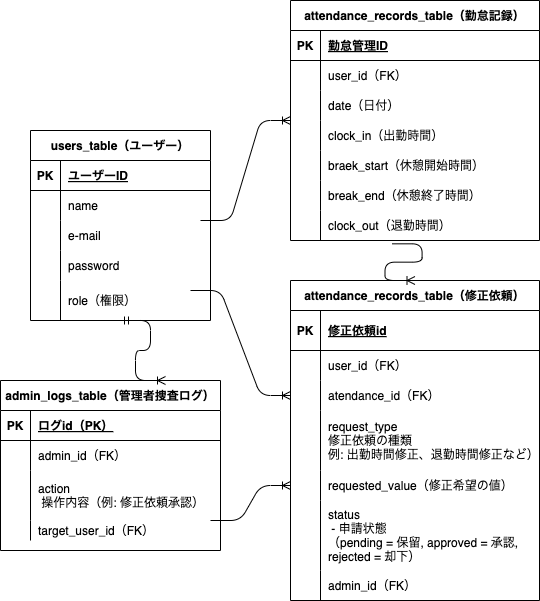
Before: .drawio.png, a diagram exported from draw.io (KOUSEI-dot/advanced-laravel). Source tidied: cells renumbered, new cells last; positions are measured from the earlier drawing's top-left corner, leaving out a move shared by most shapes.
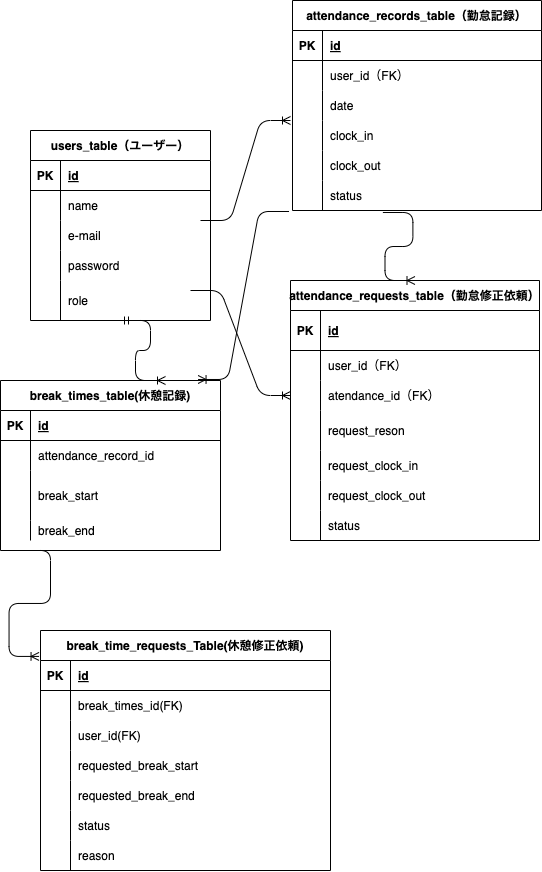
The same file after the commit.

Diff of the diagram source:
```diff
@@ -13,3 +13,3 @@
     </mxCell>
-    <mxCell id="5" value="ユーザーID" style="shape=partialRectangle;fillColor=none;top=0;left=0;bottom=0;right=0;align=left;spacingLeft=6;fontStyle=5;overflow=hidden;" parent="3" vertex="1">
+    <mxCell id="5" value="id" style="shape=partialRectangle;fillColor=none;top=0;left=0;bottom=0;right=0;align=left;spacingLeft=6;fontStyle=5;overflow=hidden;" parent="3" vertex="1">
       <mxGeometry x="30" width="150" height="30" as="geometry" />
@@ -49,3 +49,3 @@
     </mxCell>
-    <mxCell id="17" value="role（権限）" style="shape=partialRectangle;fillColor=none;top=0;left=0;bottom=0;right=0;align=left;spacingLeft=6;overflow=hidden;" parent="15" vertex="1">
+    <mxCell id="17" value="role" style="shape=partialRectangle;fillColor=none;top=0;left=0;bottom=0;right=0;align=left;spacingLeft=6;overflow=hidden;" parent="15" vertex="1">
       <mxGeometry x="30" width="150" height="40" as="geometry" />
@@ -53,3 +53,3 @@
     <mxCell id="18" value="attendance_records_table（勤怠記録）" style="shape=table;startSize=30;rowLines=0;fontStyle=1;align=center;" parent="1" vertex="1">
-      <mxGeometry x="290" width="249" height="240" as="geometry" />
+      <mxGeometry x="292" width="249" height="210" as="geometry" />
     </mxCell>
@@ -61,3 +61,3 @@
     </mxCell>
-    <mxCell id="21" value="勤怠管理ID" style="shape=partialRectangle;fillColor=none;top=0;left=0;bottom=0;right=0;align=left;spacingLeft=6;fontStyle=5;overflow=hidden;" parent="19" vertex="1">
+    <mxCell id="21" value="id" style="shape=partialRectangle;fillColor=none;top=0;left=0;bottom=0;right=0;align=left;spacingLeft=6;fontStyle=5;overflow=hidden;" parent="19" vertex="1">
       <mxGeometry x="30" width="219" height="30" as="geometry" />
@@ -79,3 +79,3 @@
     </mxCell>
-    <mxCell id="27" value="date（日付）" style="shape=partialRectangle;fillColor=none;top=0;left=0;bottom=0;right=0;align=left;spacingLeft=6;overflow=hidden;" parent="25" vertex="1">
+    <mxCell id="27" value="date" style="shape=partialRectangle;fillColor=none;top=0;left=0;bottom=0;right=0;align=left;spacingLeft=6;overflow=hidden;" parent="25" vertex="1">
       <mxGeometry x="30" width="219" height="30" as="geometry" />
@@ -88,3 +88,3 @@
     </mxCell>
-    <mxCell id="30" value="clock_in（出勤時間）" style="shape=partialRectangle;fillColor=none;top=0;left=0;bottom=0;right=0;align=left;spacingLeft=6;overflow=hidden;" parent="28" vertex="1">
+    <mxCell id="30" value="clock_in" style="shape=partialRectangle;fillColor=none;top=0;left=0;bottom=0;right=0;align=left;spacingLeft=6;overflow=hidden;" parent="28" vertex="1">
       <mxGeometry x="30" width="219" height="30" as="geometry" />
@@ -97,3 +97,3 @@
     </mxCell>
-    <mxCell id="33" value="braek_start（休憩開始時間）" style="shape=partialRectangle;fillColor=none;top=0;left=0;bottom=0;right=0;align=left;spacingLeft=6;overflow=hidden;" parent="31" vertex="1">
+    <mxCell id="33" value="clock_out" style="shape=partialRectangle;fillColor=none;top=0;left=0;bottom=0;right=0;align=left;spacingLeft=6;overflow=hidden;" parent="31" vertex="1">
       <mxGeometry x="30" width="219" height="30" as="geometry" />
@@ -106,16 +106,7 @@
     </mxCell>
-    <mxCell id="36" value="break_end（休憩終了時間）" style="shape=partialRectangle;fillColor=none;top=0;left=0;bottom=0;right=0;align=left;spacingLeft=6;overflow=hidden;" parent="34" vertex="1">
+    <mxCell id="36" value="status" style="shape=partialRectangle;fillColor=none;top=0;left=0;bottom=0;right=0;align=left;spacingLeft=6;overflow=hidden;" parent="34" vertex="1">
       <mxGeometry x="30" width="219" height="30" as="geometry" />
     </mxCell>
-    <mxCell id="37" style="shape=tableRow;horizontal=0;startSize=0;swimlaneHead=0;swimlaneBody=0;fillColor=none;points=[[0,0.5],[1,0.5]];portConstraint=eastwest;top=0;left=0;right=0;bottom=0;" parent="18" vertex="1">
-      <mxGeometry y="210" width="249" height="30" as="geometry" />
-    </mxCell>
-    <mxCell id="38" style="shape=partialRectangle;fillColor=none;top=0;left=0;bottom=0;right=0;overflow=hidden;" parent="37" vertex="1">
-      <mxGeometry width="30" height="30" as="geometry" />
-    </mxCell>
-    <mxCell id="39" value="clock_out（退勤時間）" style="shape=partialRectangle;fillColor=none;top=0;left=0;bottom=0;right=0;align=left;spacingLeft=6;overflow=hidden;" parent="37" vertex="1">
-      <mxGeometry x="30" width="219" height="30" as="geometry" />
-    </mxCell>
-    <mxCell id="40" value="attendance_records_table（修正依頼）" style="shape=table;startSize=30;rowLines=0;fontStyle=1;align=center;" parent="1" vertex="1">
-      <mxGeometry x="290" y="280" width="249" height="320" as="geometry" />
+    <mxCell id="40" value="attendance_requests_table（勤怠修正依頼）" style="shape=table;startSize=30;rowLines=0;fontStyle=1;align=center;" parent="1" vertex="1">
+      <mxGeometry x="290" y="280" width="249" height="260" as="geometry" />
     </mxCell>
@@ -127,3 +118,3 @@
     </mxCell>
-    <mxCell id="43" value="修正依頼id" style="shape=partialRectangle;fillColor=none;top=0;left=0;bottom=0;right=0;align=left;spacingLeft=6;fontStyle=5;overflow=hidden;" parent="41" vertex="1">
+    <mxCell id="43" value="id" style="shape=partialRectangle;fillColor=none;top=0;left=0;bottom=0;right=0;align=left;spacingLeft=6;fontStyle=5;overflow=hidden;" parent="41" vertex="1">
       <mxGeometry x="30" width="219" height="40" as="geometry" />
@@ -149,12 +140,30 @@
     <mxCell id="50" style="shape=tableRow;horizontal=0;startSize=0;swimlaneHead=0;swimlaneBody=0;fillColor=none;top=0;left=0;right=0;bottom=0;" parent="40" vertex="1">
-      <mxGeometry y="130" width="249" height="60" as="geometry" />
+      <mxGeometry y="130" width="249" height="40" as="geometry" />
     </mxCell>
     <mxCell id="51" style="shape=partialRectangle;fillColor=none;top=0;left=0;bottom=0;right=0;overflow=hidden;" parent="50" vertex="1">
-      <mxGeometry width="30" height="60" as="geometry" />
+      <mxGeometry width="30" height="40" as="geometry" />
     </mxCell>
-    <mxCell id="52" value="request_type&#10;修正依頼の種類　　　　　　&#10;例: 出勤時間修正、退勤時間修正など）" style="shape=partialRectangle;fillColor=none;top=0;left=0;bottom=0;right=0;align=left;spacingLeft=6;overflow=hidden;" parent="50" vertex="1">
-      <mxGeometry x="30" width="219" height="60" as="geometry" />
+    <mxCell id="52" value="request_reson" style="shape=partialRectangle;fillColor=none;top=0;left=0;bottom=0;right=0;align=left;spacingLeft=6;overflow=hidden;" parent="50" vertex="1">
+      <mxGeometry x="30" width="219" height="40" as="geometry" />
     </mxCell>
+    <mxCell id="80" style="shape=tableRow;horizontal=0;startSize=0;swimlaneHead=0;swimlaneBody=0;fillColor=none;top=0;left=0;right=0;bottom=0;" parent="40" vertex="1">
+      <mxGeometry y="170" width="249" height="30" as="geometry" />
+    </mxCell>
+    <mxCell id="81" style="shape=partialRectangle;fillColor=none;top=0;left=0;bottom=0;right=0;overflow=hidden;" parent="80" vertex="1">
+      <mxGeometry width="30" height="30" as="geometry" />
+    </mxCell>
+    <mxCell id="82" value="request_clock_in" style="shape=partialRectangle;fillColor=none;top=0;left=0;bottom=0;right=0;align=left;spacingLeft=6;overflow=hidden;" parent="80" vertex="1">
+      <mxGeometry x="30" width="219" height="30" as="geometry" />
+    </mxCell>
+    <mxCell id="83" style="shape=tableRow;horizontal=0;startSize=0;swimlaneHead=0;swimlaneBody=0;fillColor=none;top=0;left=0;right=0;bottom=0;" parent="40" vertex="1">
+      <mxGeometry y="200" width="249" height="30" as="geometry" />
+    </mxCell>
+    <mxCell id="84" style="shape=partialRectangle;fillColor=none;top=0;left=0;bottom=0;right=0;overflow=hidden;" parent="83" vertex="1">
+      <mxGeometry width="30" height="30" as="geometry" />
+    </mxCell>
+    <mxCell id="85" value="request_clock_out" style="shape=partialRectangle;fillColor=none;top=0;left=0;bottom=0;right=0;align=left;spacingLeft=6;overflow=hidden;" parent="83" vertex="1">
+      <mxGeometry x="30" width="219" height="30" as="geometry" />
+    </mxCell>
     <mxCell id="53" style="shape=tableRow;horizontal=0;startSize=0;swimlaneHead=0;swimlaneBody=0;fillColor=none;points=[[0,0.5],[1,0.5]];portConstraint=eastwest;top=0;left=0;right=0;bottom=0;" parent="40" vertex="1">
-      <mxGeometry y="190" width="249" height="30" as="geometry" />
+      <mxGeometry y="230" width="249" height="30" as="geometry" />
     </mxCell>
@@ -163,24 +172,6 @@
     </mxCell>
-    <mxCell id="55" value="requested_value（修正希望の値）" style="shape=partialRectangle;fillColor=none;top=0;left=0;bottom=0;right=0;align=left;spacingLeft=6;overflow=hidden;" parent="53" vertex="1">
+    <mxCell id="55" value="status" style="shape=partialRectangle;fillColor=none;top=0;left=0;bottom=0;right=0;align=left;spacingLeft=6;overflow=hidden;" parent="53" vertex="1">
       <mxGeometry x="30" width="219" height="30" as="geometry" />
     </mxCell>
-    <mxCell id="56" style="shape=tableRow;horizontal=0;startSize=0;swimlaneHead=0;swimlaneBody=0;fillColor=none;top=0;left=0;right=0;bottom=0;" parent="40" vertex="1">
-      <mxGeometry y="220" width="249" height="70" as="geometry" />
-    </mxCell>
-    <mxCell id="57" style="shape=partialRectangle;fillColor=none;top=0;left=0;bottom=0;right=0;overflow=hidden;" parent="56" vertex="1">
-      <mxGeometry width="30" height="70" as="geometry" />
-    </mxCell>
-    <mxCell id="58" value="status&#10; - 申請状態&#10;（pending = 保留, approved = 承認, &#10;rejected = 却下）" style="shape=partialRectangle;fillColor=none;top=0;left=0;bottom=0;right=0;align=left;spacingLeft=6;overflow=hidden;" parent="56" vertex="1">
-      <mxGeometry x="30" width="219" height="70" as="geometry" />
-    </mxCell>
-    <mxCell id="59" style="shape=tableRow;horizontal=0;startSize=0;swimlaneHead=0;swimlaneBody=0;fillColor=none;top=0;left=0;right=0;bottom=0;" parent="40" vertex="1">
-      <mxGeometry y="290" width="249" height="30" as="geometry" />
-    </mxCell>
-    <mxCell id="60" style="shape=partialRectangle;fillColor=none;top=0;left=0;bottom=0;right=0;overflow=hidden;" parent="59" vertex="1">
-      <mxGeometry width="30" height="30" as="geometry" />
-    </mxCell>
-    <mxCell id="61" value="admin_id（FK）" style="shape=partialRectangle;fillColor=none;top=0;left=0;bottom=0;right=0;align=left;spacingLeft=6;overflow=hidden;" parent="59" vertex="1">
-      <mxGeometry x="30" width="219" height="30" as="geometry" />
-    </mxCell>
-    <mxCell id="62" value="admin_logs_table（管理者捜査ログ）" style="shape=table;startSize=30;rowLines=0;fontStyle=1;align=center;" parent="1" vertex="1">
+    <mxCell id="62" value="break_times_table(休憩記録)" style="shape=table;startSize=30;rowLines=0;fontStyle=1;align=center;" parent="1" vertex="1">
       <mxGeometry y="380" width="220" height="170" as="geometry" />
@@ -193,3 +184,3 @@
     </mxCell>
-    <mxCell id="65" value="ログid（PK）" style="shape=partialRectangle;fillColor=none;top=0;left=0;bottom=0;right=0;align=left;spacingLeft=6;fontStyle=5;overflow=hidden;" parent="63" vertex="1">
+    <mxCell id="65" value="id" style="shape=partialRectangle;fillColor=none;top=0;left=0;bottom=0;right=0;align=left;spacingLeft=6;fontStyle=5;overflow=hidden;" parent="63" vertex="1">
       <mxGeometry x="30" width="190" height="30" as="geometry" />
@@ -202,3 +193,3 @@
     </mxCell>
-    <mxCell id="68" value="admin_id（FK）" style="shape=partialRectangle;fillColor=none;top=0;left=0;bottom=0;right=0;align=left;spacingLeft=6;overflow=hidden;" parent="66" vertex="1">
+    <mxCell id="68" value="attendance_record_id" style="shape=partialRectangle;fillColor=none;top=0;left=0;bottom=0;right=0;align=left;spacingLeft=6;overflow=hidden;" parent="66" vertex="1">
       <mxGeometry x="30" width="190" height="30" as="geometry" />
@@ -211,3 +202,3 @@
     </mxCell>
-    <mxCell id="71" value="action&#10; 操作内容（例: 修正依頼承認）" style="shape=partialRectangle;fillColor=none;top=0;left=0;bottom=0;right=0;align=left;spacingLeft=6;overflow=hidden;" parent="69" vertex="1">
+    <mxCell id="71" value="break_start" style="shape=partialRectangle;fillColor=none;top=0;left=0;bottom=0;right=0;align=left;spacingLeft=6;overflow=hidden;" parent="69" vertex="1">
       <mxGeometry x="30" width="190" height="50" as="geometry" />
@@ -220,3 +211,3 @@
     </mxCell>
-    <mxCell id="74" value="target_user_id（FK）" style="shape=partialRectangle;fillColor=none;top=0;left=0;bottom=0;right=0;align=left;spacingLeft=6;overflow=hidden;" parent="72" vertex="1">
+    <mxCell id="74" value="break_end" style="shape=partialRectangle;fillColor=none;top=0;left=0;bottom=0;right=0;align=left;spacingLeft=6;overflow=hidden;" parent="72" vertex="1">
       <mxGeometry x="30" width="190" height="20" as="geometry" />
@@ -234,3 +225,3 @@
     </mxCell>
-    <mxCell id="77" style="edgeStyle=entityRelationEdgeStyle;fontSize=12;html=1;endArrow=ERoneToMany;exitX=0.408;exitY=1.111;exitDx=0;exitDy=0;exitPerimeter=0;entryX=0.5;entryY=0;entryDx=0;entryDy=0;" parent="1" edge="1" source="37" target="40">
+    <mxCell id="77" style="edgeStyle=entityRelationEdgeStyle;fontSize=12;html=1;endArrow=ERoneToMany;exitX=0.363;exitY=1.067;exitDx=0;exitDy=0;exitPerimeter=0;entryX=0.5;entryY=0;entryDx=0;entryDy=0;" parent="1" edge="1" source="34" target="40">
       <mxGeometry relative="1" as="geometry" />
@@ -242,7 +233,76 @@
     </mxCell>
-    <mxCell id="79" style="edgeStyle=entityRelationEdgeStyle;fontSize=12;html=1;endArrow=ERoneToMany;entryX=0;entryY=0.5;entryDx=0;entryDy=0;" parent="1" edge="1" target="53">
-      <mxGeometry relative="1" as="geometry">
-        <mxPoint x="210" y="520" as="sourcePoint" />
-      </mxGeometry>
-    </mxCell>
+    <mxCell id="86" style="edgeStyle=entityRelationEdgeStyle;fontSize=12;html=1;endArrow=ERoneToMany;entryX=0.898;entryY=-0.006;entryDx=0;entryDy=0;entryPerimeter=0;exitX=-0.014;exitY=1.033;exitDx=0;exitDy=0;exitPerimeter=0;" parent="1" edge="1" source="34" target="62">
+      <mxGeometry relative="1" as="geometry" />
+    </mxCell>
+    <mxCell id="87" value="break_time_requests_Table(休憩修正依頼)" style="shape=table;startSize=30;rowLines=0;fontStyle=1;align=center;" parent="1" vertex="1">
+      <mxGeometry x="40" y="630" width="290" height="240" as="geometry" />
+    </mxCell>
+    <mxCell id="88" style="shape=tableRow;horizontal=0;startSize=0;swimlaneHead=0;swimlaneBody=0;fillColor=none;top=0;left=0;right=0;bottom=1;" parent="87" vertex="1">
+      <mxGeometry y="30" width="290" height="30" as="geometry" />
+    </mxCell>
+    <mxCell id="89" value="PK" style="shape=partialRectangle;fillColor=none;top=0;left=0;bottom=0;right=0;fontStyle=1;overflow=hidden;" parent="88" vertex="1">
+      <mxGeometry width="30" height="30" as="geometry" />
+    </mxCell>
+    <mxCell id="90" value="id" style="shape=partialRectangle;fillColor=none;top=0;left=0;bottom=0;right=0;align=left;spacingLeft=6;fontStyle=5;overflow=hidden;" parent="88" vertex="1">
+      <mxGeometry x="30" width="260" height="30" as="geometry" />
+    </mxCell>
+    <mxCell id="91" style="shape=tableRow;horizontal=0;startSize=0;swimlaneHead=0;swimlaneBody=0;fillColor=none;top=0;left=0;right=0;bottom=0;" parent="87" vertex="1">
+      <mxGeometry y="60" width="290" height="30" as="geometry" />
+    </mxCell>
+    <mxCell id="92" style="shape=partialRectangle;fillColor=none;top=0;left=0;bottom=0;right=0;overflow=hidden;" parent="91" vertex="1">
+      <mxGeometry width="30" height="30" as="geometry" />
+    </mxCell>
+    <mxCell id="93" value="break_times_id(FK)" style="shape=partialRectangle;fillColor=none;top=0;left=0;bottom=0;right=0;align=left;spacingLeft=6;overflow=hidden;" parent="91" vertex="1">
+      <mxGeometry x="30" width="260" height="30" as="geometry" />
+    </mxCell>
+    <mxCell id="94" style="shape=tableRow;horizontal=0;startSize=0;swimlaneHead=0;swimlaneBody=0;fillColor=none;top=0;left=0;right=0;bottom=0;" parent="87" vertex="1">
+      <mxGeometry y="90" width="290" height="30" as="geometry" />
+    </mxCell>
+    <mxCell id="95" style="shape=partialRectangle;fillColor=none;top=0;left=0;bottom=0;right=0;overflow=hidden;" parent="94" vertex="1">
+      <mxGeometry width="30" height="30" as="geometry" />
+    </mxCell>
+    <mxCell id="96" value="user_id(FK)" style="shape=partialRectangle;fillColor=none;top=0;left=0;bottom=0;right=0;align=left;spacingLeft=6;overflow=hidden;" parent="94" vertex="1">
+      <mxGeometry x="30" width="260" height="30" as="geometry" />
+    </mxCell>
+    <mxCell id="97" style="shape=tableRow;horizontal=0;startSize=0;swimlaneHead=0;swimlaneBody=0;fillColor=none;top=0;left=0;right=0;bottom=0;" parent="87" vertex="1">
+      <mxGeometry y="120" width="290" height="30" as="geometry" />
+    </mxCell>
+    <mxCell id="98" style="shape=partialRectangle;fillColor=none;top=0;left=0;bottom=0;right=0;overflow=hidden;" parent="97" vertex="1">
+      <mxGeometry width="30" height="30" as="geometry" />
+    </mxCell>
+    <mxCell id="99" value="requested_break_start" style="shape=partialRectangle;fillColor=none;top=0;left=0;bottom=0;right=0;align=left;spacingLeft=6;overflow=hidden;" parent="97" vertex="1">
+      <mxGeometry x="30" width="260" height="30" as="geometry" />
+    </mxCell>
+    <mxCell id="100" style="shape=tableRow;horizontal=0;startSize=0;swimlaneHead=0;swimlaneBody=0;fillColor=none;top=0;left=0;right=0;bottom=0;" parent="87" vertex="1">
+      <mxGeometry y="150" width="290" height="30" as="geometry" />
+    </mxCell>
+    <mxCell id="101" style="shape=partialRectangle;fillColor=none;top=0;left=0;bottom=0;right=0;overflow=hidden;" parent="100" vertex="1">
+      <mxGeometry width="30" height="30" as="geometry" />
+    </mxCell>
+    <mxCell id="102" value="requested_break_end" style="shape=partialRectangle;fillColor=none;top=0;left=0;bottom=0;right=0;align=left;spacingLeft=6;overflow=hidden;" parent="100" vertex="1">
+      <mxGeometry x="30" width="260" height="30" as="geometry" />
+    </mxCell>
+    <mxCell id="103" style="shape=tableRow;horizontal=0;startSize=0;swimlaneHead=0;swimlaneBody=0;fillColor=none;top=0;left=0;right=0;bottom=0;" parent="87" vertex="1">
+      <mxGeometry y="180" width="290" height="30" as="geometry" />
+    </mxCell>
+    <mxCell id="104" style="shape=partialRectangle;fillColor=none;top=0;left=0;bottom=0;right=0;overflow=hidden;" parent="103" vertex="1">
+      <mxGeometry width="30" height="30" as="geometry" />
+    </mxCell>
+    <mxCell id="105" value="status" style="shape=partialRectangle;fillColor=none;top=0;left=0;bottom=0;right=0;align=left;spacingLeft=6;overflow=hidden;" parent="103" vertex="1">
+      <mxGeometry x="30" width="260" height="30" as="geometry" />
+    </mxCell>
+    <mxCell id="106" style="shape=tableRow;horizontal=0;startSize=0;swimlaneHead=0;swimlaneBody=0;fillColor=none;top=0;left=0;right=0;bottom=0;" parent="87" vertex="1">
+      <mxGeometry y="210" width="290" height="30" as="geometry" />
+    </mxCell>
+    <mxCell id="107" style="shape=partialRectangle;fillColor=none;top=0;left=0;bottom=0;right=0;overflow=hidden;" parent="106" vertex="1">
+      <mxGeometry width="30" height="30" as="geometry" />
+    </mxCell>
+    <mxCell id="108" value="reason" style="shape=partialRectangle;fillColor=none;top=0;left=0;bottom=0;right=0;align=left;spacingLeft=6;overflow=hidden;" parent="106" vertex="1">
+      <mxGeometry x="30" width="260" height="30" as="geometry" />
+    </mxCell>
+    <mxCell id="109" style="edgeStyle=entityRelationEdgeStyle;fontSize=12;html=1;endArrow=ERoneToMany;entryX=-0.005;entryY=0.108;entryDx=0;entryDy=0;entryPerimeter=0;" parent="87" edge="1" target="87">
+      <mxGeometry relative="1" as="geometry">
+        <mxPoint x="-20" y="-80" as="sourcePoint" />
+      </mxGeometry>
+    </mxCell>
   </root>
```
